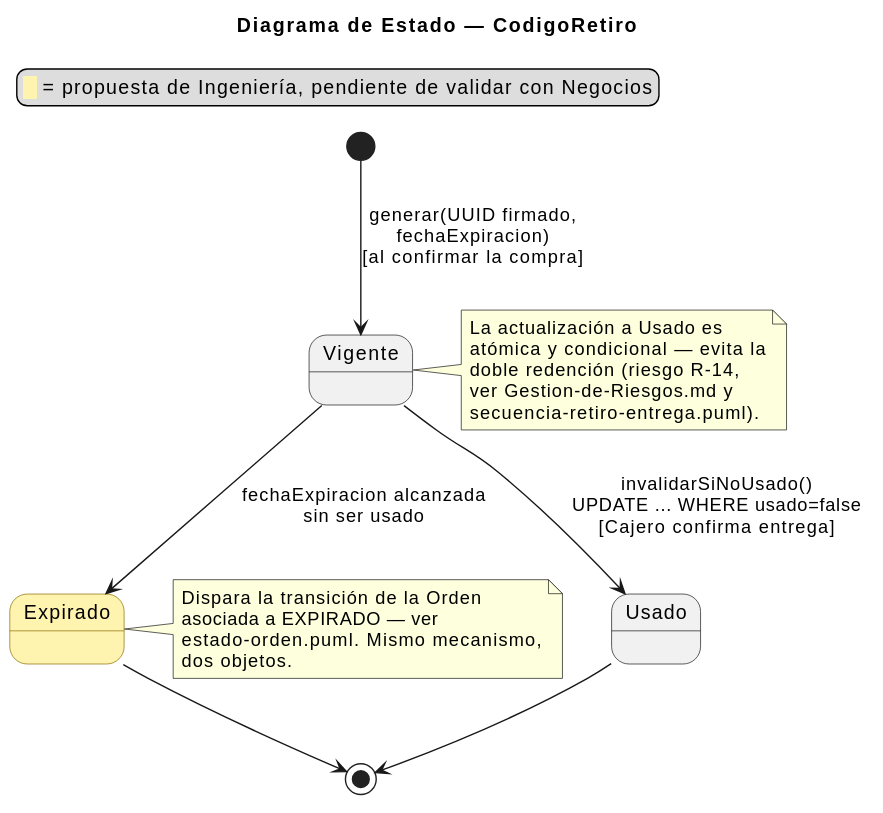
Earlier version of the PlantUML export uml/estado-codigo-retiro.svg (Jesus-JB/aliflow). Source of this version:
```plantuml
@startuml
title Diagrama de Estado — CodigoRetiro

skinparam state {
  BackgroundColor<<propuesta>> #FFF3B0
  BorderColor<<propuesta>> #8A6D00
}

legend top left
  <back:#FFF3B0>  </back> = propuesta de Ingeniería, pendiente de validar con Negocios
endlegend

state Expirado <<propuesta>>

[*] --> Vigente : generar(UUID firmado,\nfechaExpiracion)\n[al confirmar la compra]

Vigente --> Usado : invalidarSiNoUsado()\nUPDATE ... WHERE usado=false\n[Cajero confirma entrega]

Vigente --> Expirado : fechaExpiracion alcanzada\nsin ser usado

Usado --> [*]
Expirado --> [*]

note right of Vigente
  La actualización a Usado es
  atómica y condicional — evita la
  doble redención (riesgo R-14,
  ver Gestion-de-Riesgos.md y
  secuencia-retiro-entrega.puml).
end note

note right of Expirado
  Dispara la transición de la Orden
  asociada a EXPIRADO — ver
  estado-orden.puml. Mismo mecanismo,
  dos objetos.
end note
@enduml
```
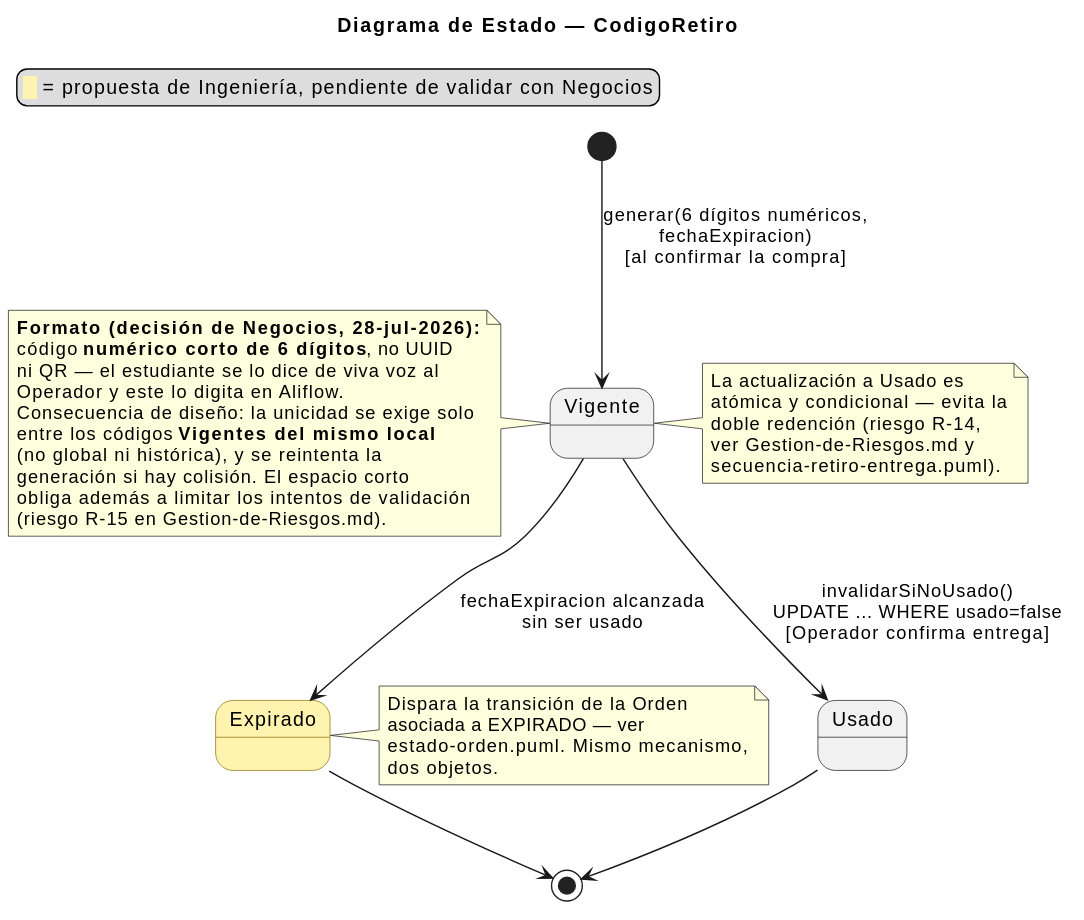
The same diagram one commit later.

What changed in the source:
```diff
@@ -12,9 +12,9 @@
 
 state Expirado <<propuesta>>
 
-[*] --> Vigente : generar(UUID firmado,\nfechaExpiracion)\n[al confirmar la compra]
+[*] --> Vigente : generar(6 dígitos numéricos,\nfechaExpiracion)\n[al confirmar la compra]
 
-Vigente --> Usado : invalidarSiNoUsado()\nUPDATE ... WHERE usado=false\n[Cajero confirma entrega]
+Vigente --> Usado : invalidarSiNoUsado()\nUPDATE ... WHERE usado=false\n[Operador confirma entrega]
 
 Vigente --> Expirado : fechaExpiracion alcanzada\nsin ser usado
 
@@ -29,6 +29,19 @@
   secuencia-retiro-entrega.puml).
 end note
 
+note left of Vigente
+  **Formato (decisión de Negocios, 28-jul-2026):**
+  código **numérico corto de 6 dígitos**, no UUID
+  ni QR — el estudiante se lo dice de viva voz al
+  Operador y este lo digita en Aliflow.
+  Consecuencia de diseño: la unicidad se exige solo
+  entre los códigos **Vigentes del mismo local**
+  (no global ni histórica), y se reintenta la
+  generación si hay colisión. El espacio corto
+  obliga además a limitar los intentos de validación
+  (riesgo R-15 en Gestion-de-Riesgos.md).
+end note
+
 note right of Expirado
   Dispara la transición de la Orden
   asociada a EXPIRADO — ver
```
